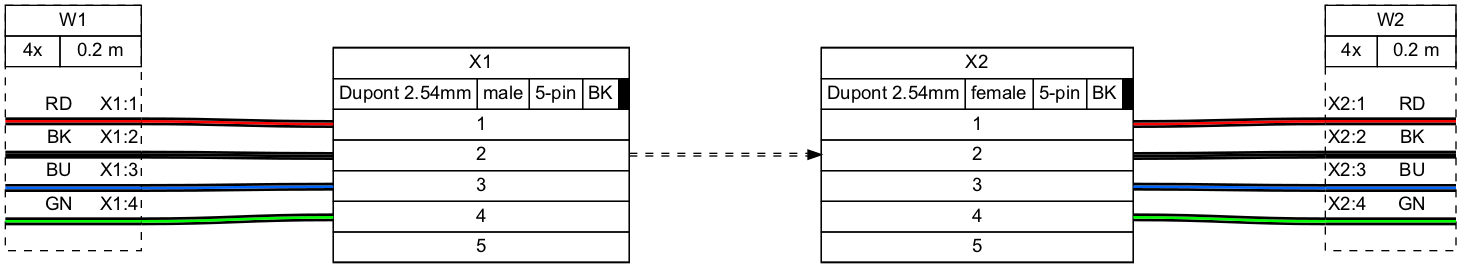
The Graphviz diagram examples/ex12.png in wireviz/WireViz, before a commit. Its source is kept beside it as examples/ex12.gv.
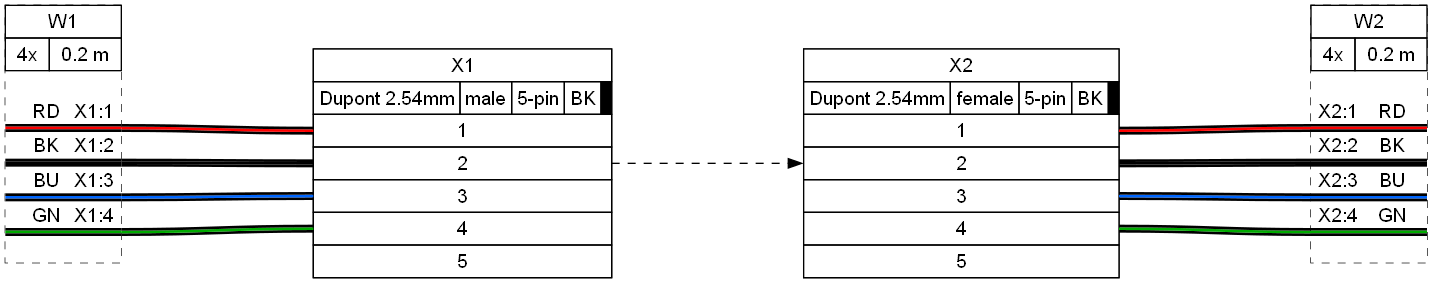
After the commit.

Diff of the diagram source:
```diff
@@ -3,265 +3,397 @@
 	node [fillcolor="#FFFFFF" fontname=arial height=0 margin=0 shape=none style=filled width=0]
 	edge [fontname=arial style=bold]
 	X1 [label=<
-<table border="0" cellspacing="0" cellpadding="0">
- <tr><td>
-  <table border="0" cellspacing="0" cellpadding="3" cellborder="1"><tr>
-   <td balign="left">X1</td>
-  </tr></table>
- </td></tr>
- <tr><td>
-  <table border="0" cellspacing="0" cellpadding="3" cellborder="1"><tr>
-   <td balign="left">Dupont 2.54mm</td>
-   <td balign="left">male</td>
-   <td balign="left">5-pin</td>
-   <td balign="left">BK</td>
-   <td balign="left" bgcolor="#000000" width="4"></td>
-  </tr></table>
- </td></tr>
- <tr><td>
-  <table border="0" cellspacing="0" cellpadding="3" cellborder="1">
-   <tr>
-    <td port="p1l">1</td>
-   </tr>
-   <tr>
-    <td port="p2l">2</td>
-   </tr>
-   <tr>
-    <td port="p3l">3</td>
-   </tr>
-   <tr>
-    <td port="p4l">4</td>
-   </tr>
-   <tr>
-    <td port="p5l">5</td>
-   </tr>
-  </table>
- </td></tr>
+<table border="0" cellspacing="0" cellpadding="0" bgcolor="#FFFFFF">
+ <tr>
+  <td>
+   <table border="0" cellborder="1" cellpadding="3" cellspacing="0">
+    <tr>
+     <td>X1</td>
+    </tr>
+   </table>
+  </td>
+ </tr>
+ <tr>
+  <td>
+   <table border="0" cellborder="1" cellpadding="3" cellspacing="0">
+    <tr>
+     <td>Dupont 2.54mm</td>
+     <td>male</td>
+     <td>5-pin</td>
+     <td>BK</td>
+     <td bgcolor="#000000" sides="TBLR"></td>
+    </tr>
+   </table>
+  </td>
+ </tr>
+ <tr>
+  <td>
+   <table border="0" cellborder="1" cellpadding="3" cellspacing="0">
+    <tr>
+     <td port="p1l">1</td>
+
+     []
+    </tr>
+    <tr>
+     <td port="p2l">2</td>
+
+     []
+    </tr>
+    <tr>
+     <td port="p3l">3</td>
+
+     []
+    </tr>
+    <tr>
+     <td port="p4l">4</td>
+
+     []
+    </tr>
+    <tr>
+     <td port="p5l">5</td>
+
+     []
+    </tr>
+   </table>
+  </td>
+ </tr>
 </table>
-> fillcolor="#FFFFFF" shape=box style=filled]
+> shape=box style=filled]
 	X2 [label=<
-<table border="0" cellspacing="0" cellpadding="0">
- <tr><td>
-  <table border="0" cellspacing="0" cellpadding="3" cellborder="1"><tr>
-   <td balign="left">X2</td>
-  </tr></table>
- </td></tr>
- <tr><td>
-  <table border="0" cellspacing="0" cellpadding="3" cellborder="1"><tr>
-   <td balign="left">Dupont 2.54mm</td>
-   <td balign="left">female</td>
-   <td balign="left">5-pin</td>
-   <td balign="left">BK</td>
-   <td balign="left" bgcolor="#000000" width="4"></td>
-  </tr></table>
- </td></tr>
- <tr><td>
-  <table border="0" cellspacing="0" cellpadding="3" cellborder="1">
-   <tr>
-    <td port="p1r">1</td>
-   </tr>
-   <tr>
-    <td port="p2r">2</td>
-   </tr>
-   <tr>
-    <td port="p3r">3</td>
-   </tr>
-   <tr>
-    <td port="p4r">4</td>
-   </tr>
-   <tr>
-    <td port="p5r">5</td>
-   </tr>
-  </table>
- </td></tr>
+<table border="0" cellspacing="0" cellpadding="0" bgcolor="#FFFFFF">
+ <tr>
+  <td>
+   <table border="0" cellborder="1" cellpadding="3" cellspacing="0">
+    <tr>
+     <td>X2</td>
+    </tr>
+   </table>
+  </td>
+ </tr>
+ <tr>
+  <td>
+   <table border="0" cellborder="1" cellpadding="3" cellspacing="0">
+    <tr>
+     <td>Dupont 2.54mm</td>
+     <td>female</td>
+     <td>5-pin</td>
+     <td>BK</td>
+     <td bgcolor="#000000" sides="TBLR"></td>
+    </tr>
+   </table>
+  </td>
+ </tr>
+ <tr>
+  <td>
+   <table border="0" cellborder="1" cellpadding="3" cellspacing="0">
+    <tr>
+
+     []
+     <td port="p1r">1</td>
+    </tr>
+    <tr>
+
+     []
+     <td port="p2r">2</td>
+    </tr>
+    <tr>
+
+     []
+     <td port="p3r">3</td>
+    </tr>
+    <tr>
+
+     []
+     <td port="p4r">4</td>
+    </tr>
+    <tr>
+
+     []
+     <td port="p5r">5</td>
+    </tr>
+   </table>
+  </td>
+ </tr>
 </table>
-> fillcolor="#FFFFFF" shape=box style=filled]
-	edge [color="#000000:#ff0000:#000000"]
+> shape=box style=filled]
+	W1 [label=<
+<table border="0" cellspacing="0" cellpadding="0" bgcolor="#FFFFFF">
+ <tr>
+  <td>
+   <table border="0" cellborder="1" cellpadding="3" cellspacing="0">
+    <tr>
+     <td>W1</td>
+    </tr>
+   </table>
+  </td>
+ </tr>
+ <tr>
+  <td>
+   <table border="0" cellborder="1" cellpadding="3" cellspacing="0">
+    <tr>
+     <td>4x</td>
+     <td>0.2 m</td>
+    </tr>
+   </table>
+  </td>
+ </tr>
+ <tr>
+  <td>
+   <table border="0" cellborder="0" cellspacing="0">
+    <tr>
+     <td>&nbsp;</td>
+    </tr>
+    <tr>
+     <td align="left"> </td>
+     <td> </td>
+     <td></td>
+     <td>RD</td>
+     <td> </td>
+     <td align="right">X1:1 </td>
+    </tr>
+    <tr>
+     <td border="0" cellspacing="0" cellpadding="0" colspan="6" height="6" port="w1">
+      <table border="0" cellborder="0" cellspacing="0">
+       <tr>
+        <td bgcolor="#FFFFFF" border="0" cellpadding="0" colspan="6" height="2"></td>
+       </tr>
+       <tr>
+        <td bgcolor="#FFFFFF" border="0" cellpadding="0" colspan="6" height="2"></td>
+       </tr>
+       <tr>
+        <td bgcolor="#FFFFFF" border="0" cellpadding="0" colspan="6" height="2"></td>
+       </tr>
+      </table>
+     </td>
+    </tr>
+    <tr>
+     <td align="left"> </td>
+     <td> </td>
+     <td></td>
+     <td>BK</td>
+     <td> </td>
+     <td align="right">X1:2 </td>
+    </tr>
+    <tr>
+     <td border="0" cellspacing="0" cellpadding="0" colspan="6" height="6" port="w2">
+      <table border="0" cellborder="0" cellspacing="0">
+       <tr>
+        <td bgcolor="#FFFFFF" border="0" cellpadding="0" colspan="6" height="2"></td>
+       </tr>
+       <tr>
+        <td bgcolor="#FFFFFF" border="0" cellpadding="0" colspan="6" height="2"></td>
+       </tr>
+       <tr>
+        <td bgcolor="#FFFFFF" border="0" cellpadding="0" colspan="6" height="2"></td>
+       </tr>
+      </table>
+     </td>
+    </tr>
+    <tr>
+     <td align="left"> </td>
+     <td> </td>
+     <td></td>
+     <td>BU</td>
+     <td> </td>
+     <td align="right">X1:3 </td>
+    </tr>
+    <tr>
+     <td border="0" cellspacing="0" cellpadding="0" colspan="6" height="6" port="w3">
+      <table border="0" cellborder="0" cellspacing="0">
+       <tr>
+        <td bgcolor="#FFFFFF" border="0" cellpadding="0" colspan="6" height="2"></td>
+       </tr>
+       <tr>
+        <td bgcolor="#FFFFFF" border="0" cellpadding="0" colspan="6" height="2"></td>
+       </tr>
+       <tr>
+        <td bgcolor="#FFFFFF" border="0" cellpadding="0" colspan="6" height="2"></td>
+       </tr>
+      </table>
+     </td>
+    </tr>
+    <tr>
+     <td align="left"> </td>
+     <td> </td>
+     <td></td>
+     <td>GN</td>
+     <td> </td>
+     <td align="right">X1:4 </td>
+    </tr>
+    <tr>
+     <td border="0" cellspacing="0" cellpadding="0" colspan="6" height="6" port="w4">
+      <table border="0" cellborder="0" cellspacing="0">
+       <tr>
+        <td bgcolor="#FFFFFF" border="0" cellpadding="0" colspan="6" height="2"></td>
+       </tr>
+       <tr>
+        <td bgcolor="#FFFFFF" border="0" cellpadding="0" colspan="6" height="2"></td>
+       </tr>
+       <tr>
+        <td bgcolor="#FFFFFF" border="0" cellpadding="0" colspan="6" height="2"></td>
+       </tr>
+      </table>
+     </td>
+    </tr>
+    <tr>
+     <td>&nbsp;</td>
+    </tr>
+   </table>
+  </td>
+ </tr>
+</table>
+> shape=box style="filled,dashed"]
+	edge [color="#000000:#FF0000:#000000"]
 	W1:w1:e -- X1:p1l:w
 	edge [color="#000000:#000000:#000000"]
 	W1:w2:e -- X1:p2l:w
-	edge [color="#000000:#0066ff:#000000"]
+	edge [color="#000000:#0066FF:#000000"]
 	W1:w3:e -- X1:p3l:w
-	edge [color="#000000:#00ff00:#000000"]
+	edge [color="#000000:#00AA00:#000000"]
 	W1:w4:e -- X1:p4l:w
-	W1 [label=<
-<table border="0" cellspacing="0" cellpadding="0">
- <tr><td>
-  <table border="0" cellspacing="0" cellpadding="3" cellborder="1"><tr>
-   <td balign="left">W1</td>
-  </tr></table>
- </td></tr>
- <tr><td>
-  <table border="0" cellspacing="0" cellpadding="3" cellborder="1"><tr>
-   <td balign="left">4x</td>
-   <td balign="left">0.2 m</td>
-  </tr></table>
- </td></tr>
- <tr><td>
-  <table border="0" cellspacing="0" cellborder="0">
-   <tr><td>&nbsp;</td></tr>
-   <tr>
-    <td><!-- 1_in --></td>
-    <td>
-     RD
-    </td>
-    <td>X1:1</td>
-   </tr>
-   <tr>
-    <td colspan="3" border="0" cellspacing="0" cellpadding="0" port="w1" height="6">
-     <table cellspacing="0" cellborder="0" border="0">
-      <tr><td colspan="3" cellpadding="0" height="2" bgcolor="#000000" border="0"></td></tr>
-      <tr><td colspan="3" cellpadding="0" height="2" bgcolor="#ff0000" border="0"></td></tr>
-      <tr><td colspan="3" cellpadding="0" height="2" bgcolor="#000000" border="0"></td></tr>
-     </table>
-    </td>
-   </tr>
-   <tr>
-    <td><!-- 2_in --></td>
-    <td>
-     BK
-    </td>
-    <td>X1:2</td>
-   </tr>
-   <tr>
-    <td colspan="3" border="0" cellspacing="0" cellpadding="0" port="w2" height="6">
-     <table cellspacing="0" cellborder="0" border="0">
-      <tr><td colspan="3" cellpadding="0" height="2" bgcolor="#000000" border="0"></td></tr>
-      <tr><td colspan="3" cellpadding="0" height="2" bgcolor="#000000" border="0"></td></tr>
-      <tr><td colspan="3" cellpadding="0" height="2" bgcolor="#000000" border="0"></td></tr>
-     </table>
-    </td>
-   </tr>
-   <tr>
-    <td><!-- 3_in --></td>
-    <td>
-     BU
-    </td>
-    <td>X1:3</td>
-   </tr>
-   <tr>
-    <td colspan="3" border="0" cellspacing="0" cellpadding="0" port="w3" height="6">
-     <table cellspacing="0" cellborder="0" border="0">
-      <tr><td colspan="3" cellpadding="0" height="2" bgcolor="#000000" border="0"></td></tr>
-      <tr><td colspan="3" cellpadding="0" height="2" bgcolor="#0066ff" border="0"></td></tr>
-      <tr><td colspan="3" cellpadding="0" height="2" bgcolor="#000000" border="0"></td></tr>
-     </table>
-    </td>
-   </tr>
-   <tr>
-    <td><!-- 4_in --></td>
-    <td>
-     GN
-    </td>
-    <td>X1:4</td>
-   </tr>
-   <tr>
-    <td colspan="3" border="0" cellspacing="0" cellpadding="0" port="w4" height="6">
-     <table cellspacing="0" cellborder="0" border="0">
-      <tr><td colspan="3" cellpadding="0" height="2" bgcolor="#000000" border="0"></td></tr>
-      <tr><td colspan="3" cellpadding="0" height="2" bgcolor="#00ff00" border="0"></td></tr>
-      <tr><td colspan="3" cellpadding="0" height="2" bgcolor="#000000" border="0"></td></tr>
-     </table>
-    </td>
-   </tr>
-   <tr><td>&nbsp;</td></tr>
-  </table>
- </td></tr>
+	W1:w1:e -- W1:w1:w [color="#000000:#FF0000:#000000" straight=straight]
+	W1:w2:e -- W1:w2:w [color="#000000:#000000:#000000" straight=straight]
+	W1:w3:e -- W1:w3:w [color="#000000:#0066FF:#000000" straight=straight]
+	W1:w4:e -- W1:w4:w [color="#000000:#00AA00:#000000" straight=straight]
+	W2 [label=<
+<table border="0" cellspacing="0" cellpadding="0" bgcolor="#FFFFFF">
+ <tr>
+  <td>
+   <table border="0" cellborder="1" cellpadding="3" cellspacing="0">
+    <tr>
+     <td>W2</td>
+    </tr>
+   </table>
+  </td>
+ </tr>
+ <tr>
+  <td>
+   <table border="0" cellborder="1" cellpadding="3" cellspacing="0">
+    <tr>
+     <td>4x</td>
+     <td>0.2 m</td>
+    </tr>
+   </table>
+  </td>
+ </tr>
+ <tr>
+  <td>
+   <table border="0" cellborder="0" cellspacing="0">
+    <tr>
+     <td>&nbsp;</td>
+    </tr>
+    <tr>
+     <td align="left"> X2:1</td>
+     <td> </td>
+     <td></td>
+     <td>RD</td>
+     <td> </td>
+     <td align="right"> </td>
+    </tr>
+    <tr>
+     <td border="0" cellspacing="0" cellpadding="0" colspan="6" height="6" port="w1">
+      <table border="0" cellborder="0" cellspacing="0">
+       <tr>
+        <td bgcolor="#FFFFFF" border="0" cellpadding="0" colspan="6" height="2"></td>
+       </tr>
+       <tr>
+        <td bgcolor="#FFFFFF" border="0" cellpadding="0" colspan="6" height="2"></td>
+       </tr>
+       <tr>
+        <td bgcolor="#FFFFFF" border="0" cellpadding="0" colspan="6" height="2"></td>
+       </tr>
+      </table>
+     </td>
+    </tr>
+    <tr>
+     <td align="left"> X2:2</td>
+     <td> </td>
+     <td></td>
+     <td>BK</td>
+     <td> </td>
+     <td align="right"> </td>
+    </tr>
+    <tr>
+     <td border="0" cellspacing="0" cellpadding="0" colspan="6" height="6" port="w2">
+      <table border="0" cellborder="0" cellspacing="0">
+       <tr>
+        <td bgcolor="#FFFFFF" border="0" cellpadding="0" colspan="6" height="2"></td>
+       </tr>
+       <tr>
+        <td bgcolor="#FFFFFF" border="0" cellpadding="0" colspan="6" height="2"></td>
+       </tr>
+       <tr>
+        <td bgcolor="#FFFFFF" border="0" cellpadding="0" colspan="6" height="2"></td>
+       </tr>
+      </table>
+     </td>
+    </tr>
+    <tr>
+     <td align="left"> X2:3</td>
+     <td> </td>
+     <td></td>
+     <td>BU</td>
+     <td> </td>
+     <td align="right"> </td>
+    </tr>
+    <tr>
+     <td border="0" cellspacing="0" cellpadding="0" colspan="6" height="6" port="w3">
+      <table border="0" cellborder="0" cellspacing="0">
+       <tr>
+        <td bgcolor="#FFFFFF" border="0" cellpadding="0" colspan="6" height="2"></td>
+       </tr>
+       <tr>
+        <td bgcolor="#FFFFFF" border="0" cellpadding="0" colspan="6" height="2"></td>
+       </tr>
+       <tr>
+        <td bgcolor="#FFFFFF" border="0" cellpadding="0" colspan="6" height="2"></td>
+       </tr>
+      </table>
+     </td>
+    </tr>
+    <tr>
+     <td align="left"> X2:4</td>
+     <td> </td>
+     <td></td>
+     <td>GN</td>
+     <td> </td>
+     <td align="right"> </td>
+    </tr>
+    <tr>
+     <td border="0" cellspacing="0" cellpadding="0" colspan="6" height="6" port="w4">
+      <table border="0" cellborder="0" cellspacing="0">
+       <tr>
+        <td bgcolor="#FFFFFF" border="0" cellpadding="0" colspan="6" height="2"></td>
+       </tr>
+       <tr>
+        <td bgcolor="#FFFFFF" border="0" cellpadding="0" colspan="6" height="2"></td>
+       </tr>
+       <tr>
+        <td bgcolor="#FFFFFF" border="0" cellpadding="0" colspan="6" height="2"></td>
+       </tr>
+      </table>
+     </td>
+    </tr>
+    <tr>
+     <td>&nbsp;</td>
+    </tr>
+   </table>
+  </td>
+ </tr>
 </table>
-> fillcolor="#FFFFFF" shape=box style="filled,dashed"]
-	edge [color="#000000:#ff0000:#000000"]
+> shape=box style="filled,dashed"]
+	edge [color="#000000:#FF0000:#000000"]
 	X2:p1r:e -- W2:w1:w
 	edge [color="#000000:#000000:#000000"]
 	X2:p2r:e -- W2:w2:w
-	edge [color="#000000:#0066ff:#000000"]
+	edge [color="#000000:#0066FF:#000000"]
 	X2:p3r:e -- W2:w3:w
-	edge [color="#000000:#00ff00:#000000"]
+	edge [color="#000000:#00AA00:#000000"]
 	X2:p4r:e -- W2:w4:w
-	W2 [label=<
-<table border="0" cellspacing="0" cellpadding="0">
- <tr><td>
-  <table border="0" cellspacing="0" cellpadding="3" cellborder="1"><tr>
-   <td balign="left">W2</td>
-  </tr></table>
- </td></tr>
- <tr><td>
-  <table border="0" cellspacing="0" cellpadding="3" cellborder="1"><tr>
-   <td balign="left">4x</td>
-   <td balign="left">0.2 m</td>
-  </tr></table>
- </td></tr>
- <tr><td>
-  <table border="0" cellspacing="0" cellborder="0">
-   <tr><td>&nbsp;</td></tr>
-   <tr>
-    <td>X2:1</td>
-    <td>
-     RD
-    </td>
-    <td><!-- 1_out --></td>
-   </tr>
-   <tr>
-    <td colspan="3" border="0" cellspacing="0" cellpadding="0" port="w1" height="6">
-     <table cellspacing="0" cellborder="0" border="0">
-      <tr><td colspan="3" cellpadding="0" height="2" bgcolor="#000000" border="0"></td></tr>
-      <tr><td colspan="3" cellpadding="0" height="2" bgcolor="#ff0000" border="0"></td></tr>
-      <tr><td colspan="3" cellpadding="0" height="2" bgcolor="#000000" border="0"></td></tr>
-     </table>
-    </td>
-   </tr>
-   <tr>
-    <td>X2:2</td>
-    <td>
-     BK
-    </td>
-    <td><!-- 2_out --></td>
-   </tr>
-   <tr>
-    <td colspan="3" border="0" cellspacing="0" cellpadding="0" port="w2" height="6">
-     <table cellspacing="0" cellborder="0" border="0">
-      <tr><td colspan="3" cellpadding="0" height="2" bgcolor="#000000" border="0"></td></tr>
-      <tr><td colspan="3" cellpadding="0" height="2" bgcolor="#000000" border="0"></td></tr>
-      <tr><td colspan="3" cellpadding="0" height="2" bgcolor="#000000" border="0"></td></tr>
-     </table>
-    </td>
-   </tr>
-   <tr>
-    <td>X2:3</td>
-    <td>
-     BU
-    </td>
-    <td><!-- 3_out --></td>
-   </tr>
-   <tr>
-    <td colspan="3" border="0" cellspacing="0" cellpadding="0" port="w3" height="6">
-     <table cellspacing="0" cellborder="0" border="0">
-      <tr><td colspan="3" cellpadding="0" height="2" bgcolor="#000000" border="0"></td></tr>
-      <tr><td colspan="3" cellpadding="0" height="2" bgcolor="#0066ff" border="0"></td></tr>
-      <tr><td colspan="3" cellpadding="0" height="2" bgcolor="#000000" border="0"></td></tr>
-     </table>
-    </td>
-   </tr>
-   <tr>
-    <td>X2:4</td>
-    <td>
-     GN
-    </td>
-    <td><!-- 4_out --></td>
-   </tr>
-   <tr>
-    <td colspan="3" border="0" cellspacing="0" cellpadding="0" port="w4" height="6">
-     <table cellspacing="0" cellborder="0" border="0">
-      <tr><td colspan="3" cellpadding="0" height="2" bgcolor="#000000" border="0"></td></tr>
-      <tr><td colspan="3" cellpadding="0" height="2" bgcolor="#00ff00" border="0"></td></tr>
-      <tr><td colspan="3" cellpadding="0" height="2" bgcolor="#000000" border="0"></td></tr>
-     </table>
-    </td>
-   </tr>
-   <tr><td>&nbsp;</td></tr>
-  </table>
- </td></tr>
-</table>
-> fillcolor="#FFFFFF" shape=box style="filled,dashed"]
-	edge [color="#000000:#000000" dir=forward style=dashed]
+	W2:w1:e -- W2:w1:w [color="#000000:#FF0000:#000000" straight=straight]
+	W2:w2:e -- W2:w2:w [color="#000000:#000000:#000000" straight=straight]
+	W2:w3:e -- W2:w3:w [color="#000000:#0066FF:#000000" straight=straight]
+	W2:w4:e -- W2:w4:w [color="#000000:#00AA00:#000000" straight=straight]
+	edge [color="#000000" dir=forward style=dashed]
 	X1:e -- X2:w
 }
```
